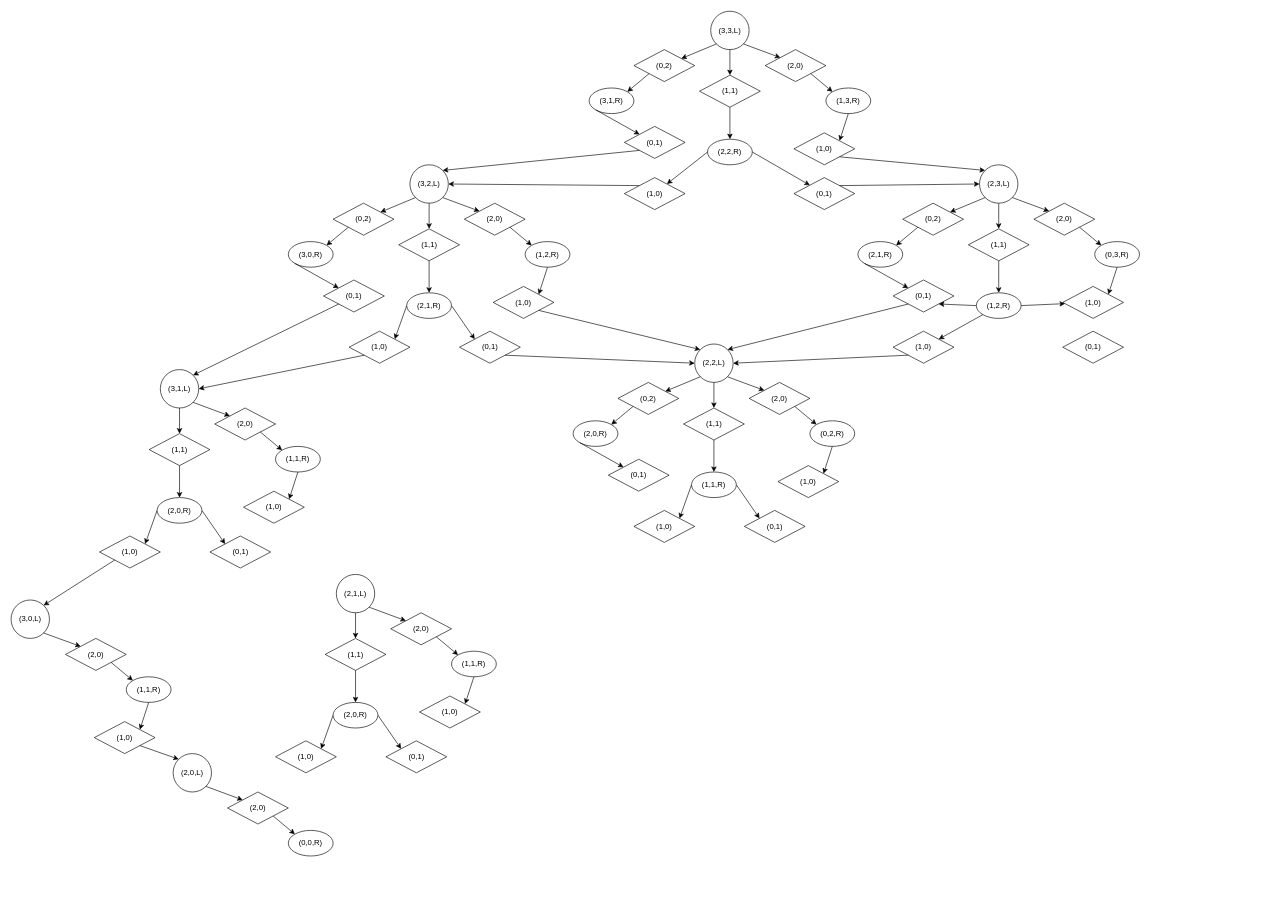
Above: Assignment 1.drawio in Vhuynh25/C-Homework (draw.io), before the change. Source tidied: cells renumbered, new cells numbered last; positions are measured from the earlier drawing's top-left corner, leaving out a move shared by most shapes. Both pictures are drawn from the tidied source at 64%, with x=0, y=0 at pixel (11, 11).
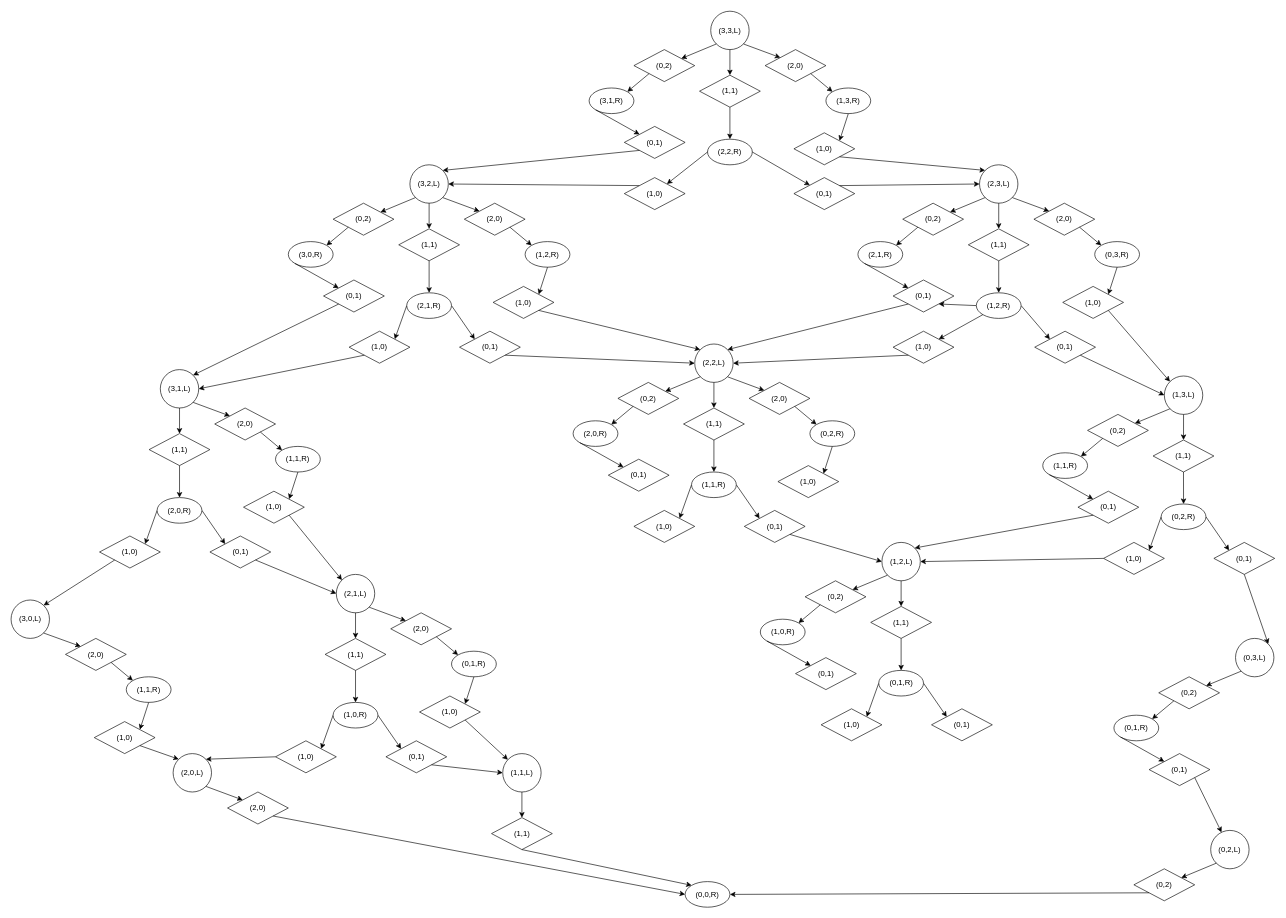
After the change.

Unchanged cells that the change refers to:
```xml
<mxCell id="57" value="(1,0)" style="rhombus;whiteSpace=wrap;html=1;" parent="1" vertex="1">
  <mxGeometry x="1643" y="430" width="95" height="50" as="geometry" />
</mxCell>
<mxCell id="89" value="(0,1)" style="rhombus;whiteSpace=wrap;html=1;" parent="1" vertex="1">
  <mxGeometry x="1145.5" y="780" width="95" height="50" as="geometry" />
</mxCell>
<mxCell id="104" value="(1,0)" style="rhombus;whiteSpace=wrap;html=1;" parent="1" vertex="1">
  <mxGeometry x="363" y="750" width="95" height="50" as="geometry" />
</mxCell>
<mxCell id="108" value="(0,1)" style="rhombus;whiteSpace=wrap;html=1;" parent="1" vertex="1">
  <mxGeometry x="310.5" y="820" width="95" height="50" as="geometry" />
</mxCell>
<mxCell id="120" value="(2,0,L)" style="ellipse;whiteSpace=wrap;html=1;" parent="1" vertex="1">
  <mxGeometry x="253" y="1160" width="60" height="60" as="geometry" />
</mxCell>
<mxCell id="122" value="(2,0)" style="rhombus;whiteSpace=wrap;html=1;" parent="1" vertex="1">
  <mxGeometry x="338" y="1220" width="95" height="50" as="geometry" />
</mxCell>
<mxCell id="126" value="(2,1,L)" style="ellipse;whiteSpace=wrap;html=1;" parent="1" vertex="1">
  <mxGeometry x="508" y="880" width="60" height="60" as="geometry" />
</mxCell>
<mxCell id="135" value="(1,0)" style="rhombus;whiteSpace=wrap;html=1;" parent="1" vertex="1">
  <mxGeometry x="638" y="1070" width="95" height="50" as="geometry" />
</mxCell>
<mxCell id="139" value="(0,1)" style="rhombus;whiteSpace=wrap;html=1;" parent="1" vertex="1">
  <mxGeometry x="585.5" y="1140" width="95" height="50" as="geometry" />
</mxCell>
<mxCell id="140" value="(1,0)" style="rhombus;whiteSpace=wrap;html=1;" parent="1" vertex="1">
  <mxGeometry x="413" y="1140" width="95" height="50" as="geometry" />
</mxCell>
```

What changed in the source:
```diff
@@
-    <mxCell id="58" style="endArrow=classic;html=1;exitX=1;exitY=0.5;exitDx=0;exitDy=0;" parent="1" edge="1" target="57">
+    <mxCell id="58" style="endArrow=classic;html=1;exitX=1;exitY=0.5;exitDx=0;exitDy=0;entryX=0;entryY=0;entryDx=0;entryDy=0;" parent="1" edge="1" target="68">
       <mxGeometry relative="1" as="geometry">
         <mxPoint x="1578" y="460" as="sourcePoint" />
       </mxGeometry>
     </mxCell>
@@
     <mxCell id="68" value="(0,1)" style="rhombus;whiteSpace=wrap;html=1;" parent="1" vertex="1">
-      <mxGeometry x="1643" y="500" width="95" height="50" as="geometry" />
+      <mxGeometry x="1599.2" y="500" width="95" height="50" as="geometry" />
     </mxCell>
@@
-    <mxCell id="121" value="(0,0,R)" style="ellipse;whiteSpace=wrap;html=1;" parent="1" vertex="1">
-      <mxGeometry x="433" y="1280" width="70" height="40" as="geometry" />
-    </mxCell>
@@
-    <mxCell id="124" style="endArrow=classic;html=1;exitX=1;exitY=1;exitDx=0;exitDy=0;entryX=0;entryY=0;entryDx=0;entryDy=0;" parent="1" edge="1" source="122" target="121">
+    <mxCell id="124" style="endArrow=classic;html=1;exitX=1;exitY=1;exitDx=0;exitDy=0;entryX=0;entryY=0.5;entryDx=0;entryDy=0;" parent="1" edge="1" source="122" target="121">
       <mxGeometry relative="1" as="geometry" />
     </mxCell>
@@
-    <mxCell id="127" value="(1,1,R)" style="ellipse;whiteSpace=wrap;html=1;" parent="1" vertex="1">
+    <mxCell id="127" value="(0,1,R)" style="ellipse;whiteSpace=wrap;html=1;" parent="1" vertex="1">
       <mxGeometry x="688" y="1000" width="70" height="40" as="geometry" />
     </mxCell>
@@
-    <mxCell id="138" value="(2,0,R)" style="ellipse;whiteSpace=wrap;html=1;" parent="1" vertex="1">
+    <mxCell id="138" value="(1,0,R)" style="ellipse;whiteSpace=wrap;html=1;" parent="1" vertex="1">
       <mxGeometry x="503" y="1080" width="70" height="40" as="geometry" />
     </mxCell>
@@
+    <mxCell id="141" style="endArrow=classic;html=1;exitX=0;exitY=0.5;exitDx=0;exitDy=0;entryX=1;entryY=0;entryDx=0;entryDy=0;" parent="1" edge="1" source="140" target="120">
+      <mxGeometry relative="1" as="geometry" />
+    </mxCell>
+    <mxCell id="142" value="(1,1,L)" style="ellipse;whiteSpace=wrap;html=1;" parent="1" vertex="1">
+      <mxGeometry x="768" y="1160" width="60" height="60" as="geometry" />
+    </mxCell>
+    <mxCell id="143" value="(1,1)" style="rhombus;whiteSpace=wrap;html=1;" parent="1" vertex="1">
+      <mxGeometry x="750.5" y="1260" width="95" height="50" as="geometry" />
+    </mxCell>
+    <mxCell id="144" style="endArrow=classic;html=1;exitX=0.5;exitY=1;exitDx=0;exitDy=0;" parent="1" edge="1" source="142" target="143">
+      <mxGeometry relative="1" as="geometry" />
+    </mxCell>
+    <mxCell id="145" style="endArrow=classic;html=1;exitX=0.5;exitY=1;exitDx=0;exitDy=0;entryX=0;entryY=0;entryDx=0;entryDy=0;" parent="1" edge="1" source="143" target="121">
+      <mxGeometry relative="1" as="geometry" />
+    </mxCell>
+    <mxCell id="121" value="(0,0,R)" style="ellipse;whiteSpace=wrap;html=1;" parent="1" vertex="1">
+      <mxGeometry x="1053" y="1360" width="70" height="40" as="geometry" />
+    </mxCell>
+    <mxCell id="146" style="endArrow=classic;html=1;exitX=1;exitY=1;exitDx=0;exitDy=0;entryX=0;entryY=0.5;entryDx=0;entryDy=0;" parent="1" edge="1" source="139" target="142">
+      <mxGeometry relative="1" as="geometry" />
+    </mxCell>
+    <mxCell id="147" style="endArrow=classic;html=1;exitX=1;exitY=1;exitDx=0;exitDy=0;" parent="1" edge="1" source="135" target="142">
+      <mxGeometry relative="1" as="geometry" />
+    </mxCell>
+    <mxCell id="148" style="endArrow=classic;html=1;exitX=1;exitY=1;exitDx=0;exitDy=0;entryX=0;entryY=0.5;entryDx=0;entryDy=0;" parent="1" edge="1" source="108" target="126">
+      <mxGeometry relative="1" as="geometry" />
+    </mxCell>
+    <mxCell id="149" style="endArrow=classic;html=1;exitX=1;exitY=1;exitDx=0;exitDy=0;entryX=0;entryY=0;entryDx=0;entryDy=0;" parent="1" edge="1" source="104" target="126">
+      <mxGeometry relative="1" as="geometry" />
+    </mxCell>
+    <mxCell id="150" value="(1,3,L)" style="ellipse;whiteSpace=wrap;html=1;" parent="1" vertex="1">
+      <mxGeometry x="1801.8" y="570" width="60" height="60" as="geometry" />
+    </mxCell>
+    <mxCell id="151" value="(1,1,R)" style="ellipse;whiteSpace=wrap;html=1;" parent="1" vertex="1">
+      <mxGeometry x="1611.8" y="690" width="70" height="40" as="geometry" />
+    </mxCell>
+    <mxCell id="152" value="(1,1)" style="rhombus;whiteSpace=wrap;html=1;" parent="1" vertex="1">
+      <mxGeometry x="1784.2" y="670" width="95" height="50" as="geometry" />
+    </mxCell>
+    <mxCell id="153" value="(0,2)" style="rhombus;whiteSpace=wrap;html=1;" parent="1" vertex="1">
+      <mxGeometry x="1681.8" y="630" width="95" height="50" as="geometry" />
+    </mxCell>
+    <mxCell id="154" style="endArrow=classic;html=1;exitX=0;exitY=1;exitDx=0;exitDy=0;" parent="1" edge="1" source="150" target="153">
+      <mxGeometry relative="1" as="geometry" />
+    </mxCell>
+    <mxCell id="155" style="endArrow=classic;html=1;exitX=0;exitY=1;exitDx=0;exitDy=0;entryX=1;entryY=0;entryDx=0;entryDy=0;" parent="1" edge="1" source="153">
+      <mxGeometry relative="1" as="geometry">
+        <mxPoint x="1671.5" y="695.9" as="targetPoint" />
+      </mxGeometry>
+    </mxCell>
+    <mxCell id="156" style="endArrow=classic;html=1;exitX=0.5;exitY=1;exitDx=0;exitDy=0;" parent="1" edge="1" source="150" target="152">
+      <mxGeometry relative="1" as="geometry" />
+    </mxCell>
+    <mxCell id="157" style="endArrow=classic;html=1;exitX=0.5;exitY=1;exitDx=0;exitDy=0;entryX=0.5;entryY=0;entryDx=0;entryDy=0;" parent="1" edge="1" source="152">
+      <mxGeometry relative="1" as="geometry">
+        <mxPoint x="1831.8" y="770" as="targetPoint" />
+      </mxGeometry>
+    </mxCell>
+    <mxCell id="158" value="(0,1)" style="rhombus;whiteSpace=wrap;html=1;" parent="1" vertex="1">
+      <mxGeometry x="1666.8" y="750" width="95" height="50" as="geometry" />
+    </mxCell>
+    <mxCell id="159" style="endArrow=classic;html=1;exitX=0;exitY=1;exitDx=0;exitDy=0;entryX=0;entryY=0;entryDx=0;entryDy=0;" parent="1" edge="1" target="158">
+      <mxGeometry relative="1" as="geometry">
+        <mxPoint x="1622" y="724.1" as="sourcePoint" />
+      </mxGeometry>
+    </mxCell>
+    <mxCell id="160" style="endArrow=classic;html=1;exitX=0;exitY=0.5;exitDx=0;exitDy=0;entryX=1;entryY=0;entryDx=0;entryDy=0;" parent="1" edge="1" target="164">
+      <mxGeometry relative="1" as="geometry">
+        <mxPoint x="1796.8" y="790" as="sourcePoint" />
+      </mxGeometry>
+    </mxCell>
+    <mxCell id="161" style="endArrow=classic;html=1;exitX=1;exitY=0.5;exitDx=0;exitDy=0;entryX=0;entryY=0;entryDx=0;entryDy=0;" parent="1" edge="1" target="163">
+      <mxGeometry relative="1" as="geometry">
+        <mxPoint x="1866.8" y="790" as="sourcePoint" />
+      </mxGeometry>
+    </mxCell>
+    <mxCell id="162" value="(0,2,R)" style="ellipse;whiteSpace=wrap;html=1;" parent="1" vertex="1">
+      <mxGeometry x="1796.8" y="770" width="70" height="40" as="geometry" />
+    </mxCell>
+    <mxCell id="163" value="(0,1)" style="rhombus;whiteSpace=wrap;html=1;" parent="1" vertex="1">
+      <mxGeometry x="1879.2" y="830" width="95" height="50" as="geometry" />
+    </mxCell>
+    <mxCell id="164" value="(1,0)" style="rhombus;whiteSpace=wrap;html=1;" parent="1" vertex="1">
+      <mxGeometry x="1706.8" y="830" width="95" height="50" as="geometry" />
+    </mxCell>
+    <mxCell id="165" style="endArrow=classic;html=1;exitX=1;exitY=1;exitDx=0;exitDy=0;entryX=0;entryY=0;entryDx=0;entryDy=0;" parent="1" edge="1" source="57" target="150">
+      <mxGeometry relative="1" as="geometry" />
+    </mxCell>
+    <mxCell id="166" style="endArrow=classic;html=1;exitX=1;exitY=1;exitDx=0;exitDy=0;entryX=0;entryY=0.5;entryDx=0;entryDy=0;" parent="1" edge="1" source="68" target="150">
+      <mxGeometry relative="1" as="geometry" />
+    </mxCell>
+    <mxCell id="167" value="(0,3,L)" style="ellipse;whiteSpace=wrap;html=1;" parent="1" vertex="1">
+      <mxGeometry x="1913" y="980" width="60" height="60" as="geometry" />
+    </mxCell>
+    <mxCell id="168" value="(0,1,R)" style="ellipse;whiteSpace=wrap;html=1;" parent="1" vertex="1">
+      <mxGeometry x="1723" y="1100" width="70" height="40" as="geometry" />
+    </mxCell>
+    <mxCell id="169" value="(0,2)" style="rhombus;whiteSpace=wrap;html=1;" parent="1" vertex="1">
+      <mxGeometry x="1793" y="1040" width="95" height="50" as="geometry" />
+    </mxCell>
+    <mxCell id="170" style="endArrow=classic;html=1;exitX=0;exitY=1;exitDx=0;exitDy=0;" parent="1" edge="1" source="167" target="169">
+      <mxGeometry relative="1" as="geometry" />
+    </mxCell>
+    <mxCell id="171" style="endArrow=classic;html=1;exitX=0;exitY=1;exitDx=0;exitDy=0;entryX=1;entryY=0;entryDx=0;entryDy=0;" parent="1" edge="1" source="169">
+      <mxGeometry relative="1" as="geometry">
+        <mxPoint x="1782.7" y="1105.9" as="targetPoint" />
+      </mxGeometry>
+    </mxCell>
+    <mxCell id="172" value="(0,1)" style="rhombus;whiteSpace=wrap;html=1;" parent="1" vertex="1">
+      <mxGeometry x="1778" y="1160" width="95" height="50" as="geometry" />
+    </mxCell>
+    <mxCell id="173" style="endArrow=classic;html=1;exitX=0;exitY=1;exitDx=0;exitDy=0;entryX=0;entryY=0;entryDx=0;entryDy=0;" parent="1" edge="1" target="172">
+      <mxGeometry relative="1" as="geometry">
+        <mxPoint x="1733.3" y="1134.1" as="sourcePoint" />
+      </mxGeometry>
+    </mxCell>
+    <mxCell id="174" style="endArrow=classic;html=1;exitX=0.5;exitY=1;exitDx=0;exitDy=0;entryX=1;entryY=0;entryDx=0;entryDy=0;" parent="1" edge="1" source="163" target="167">
+      <mxGeometry relative="1" as="geometry" />
+    </mxCell>
+    <mxCell id="175" value="(0,2,L)" style="ellipse;whiteSpace=wrap;html=1;" parent="1" vertex="1">
+      <mxGeometry x="1874.2" y="1280" width="60" height="60" as="geometry" />
+    </mxCell>
+    <mxCell id="176" value="(0,2)" style="rhombus;whiteSpace=wrap;html=1;" parent="1" vertex="1">
+      <mxGeometry x="1754.2" y="1340" width="95" height="50" as="geometry" />
+    </mxCell>
+    <mxCell id="177" style="endArrow=classic;html=1;exitX=0;exitY=1;exitDx=0;exitDy=0;" parent="1" edge="1" source="175" target="176">
+      <mxGeometry relative="1" as="geometry" />
+    </mxCell>
+    <mxCell id="178" style="endArrow=classic;html=1;exitX=0;exitY=1;exitDx=0;exitDy=0;entryX=1;entryY=0.5;entryDx=0;entryDy=0;" parent="1" edge="1" source="176" target="121">
+      <mxGeometry relative="1" as="geometry" />
+    </mxCell>
+    <mxCell id="179" style="endArrow=classic;html=1;exitX=1;exitY=1;exitDx=0;exitDy=0;" parent="1" edge="1" source="172" target="175">
+      <mxGeometry relative="1" as="geometry" />
+    </mxCell>
+    <mxCell id="180" value="(1,2,L)" style="ellipse;whiteSpace=wrap;html=1;" parent="1" vertex="1">
+      <mxGeometry x="1360.5" y="830" width="60" height="60" as="geometry" />
+    </mxCell>
+    <mxCell id="181" value="(1,0,R)" style="ellipse;whiteSpace=wrap;html=1;" parent="1" vertex="1">
+      <mxGeometry x="1170.5" y="950" width="70" height="40" as="geometry" />
+    </mxCell>
+    <mxCell id="182" value="(1,1)" style="rhombus;whiteSpace=wrap;html=1;" parent="1" vertex="1">
+      <mxGeometry x="1343" y="930" width="95" height="50" as="geometry" />
+    </mxCell>
+    <mxCell id="183" value="(0,2)" style="rhombus;whiteSpace=wrap;html=1;" parent="1" vertex="1">
+      <mxGeometry x="1240.5" y="890" width="95" height="50" as="geometry" />
+    </mxCell>
+    <mxCell id="184" style="endArrow=classic;html=1;exitX=0;exitY=1;exitDx=0;exitDy=0;" parent="1" edge="1" source="180" target="183">
+      <mxGeometry relative="1" as="geometry" />
+    </mxCell>
+    <mxCell id="185" style="endArrow=classic;html=1;exitX=0;exitY=1;exitDx=0;exitDy=0;entryX=1;entryY=0;entryDx=0;entryDy=0;" parent="1" edge="1" source="183">
+      <mxGeometry relative="1" as="geometry">
+        <mxPoint x="1230.2" y="955.9" as="targetPoint" />
+      </mxGeometry>
+    </mxCell>
+    <mxCell id="186" style="endArrow=classic;html=1;exitX=0.5;exitY=1;exitDx=0;exitDy=0;" parent="1" edge="1" source="180" target="182">
+      <mxGeometry relative="1" as="geometry" />
+    </mxCell>
+    <mxCell id="187" style="endArrow=classic;html=1;exitX=0.5;exitY=1;exitDx=0;exitDy=0;entryX=0.5;entryY=0;entryDx=0;entryDy=0;" parent="1" edge="1" source="182">
+      <mxGeometry relative="1" as="geometry">
+        <mxPoint x="1390.5" y="1030" as="targetPoint" />
+      </mxGeometry>
+    </mxCell>
+    <mxCell id="188" value="(0,1)" style="rhombus;whiteSpace=wrap;html=1;" parent="1" vertex="1">
+      <mxGeometry x="1225.5" y="1010" width="95" height="50" as="geometry" />
+    </mxCell>
+    <mxCell id="189" style="endArrow=classic;html=1;exitX=0;exitY=1;exitDx=0;exitDy=0;entryX=0;entryY=0;entryDx=0;entryDy=0;" parent="1" edge="1" target="188">
+      <mxGeometry relative="1" as="geometry">
+        <mxPoint x="1180.8" y="984.1" as="sourcePoint" />
+      </mxGeometry>
+    </mxCell>
+    <mxCell id="190" style="endArrow=classic;html=1;exitX=0;exitY=0.5;exitDx=0;exitDy=0;entryX=1;entryY=0;entryDx=0;entryDy=0;" parent="1" edge="1" target="194">
+      <mxGeometry relative="1" as="geometry">
+        <mxPoint x="1355.5" y="1050" as="sourcePoint" />
+      </mxGeometry>
+    </mxCell>
+    <mxCell id="191" style="endArrow=classic;html=1;exitX=1;exitY=0.5;exitDx=0;exitDy=0;entryX=0;entryY=0;entryDx=0;entryDy=0;" parent="1" edge="1" target="193">
+      <mxGeometry relative="1" as="geometry">
+        <mxPoint x="1425.5" y="1050" as="sourcePoint" />
+      </mxGeometry>
+    </mxCell>
+    <mxCell id="192" value="(0,1,R)" style="ellipse;whiteSpace=wrap;html=1;" parent="1" vertex="1">
+      <mxGeometry x="1355.5" y="1030" width="70" height="40" as="geometry" />
+    </mxCell>
+    <mxCell id="193" value="(0,1)" style="rhombus;whiteSpace=wrap;html=1;" parent="1" vertex="1">
+      <mxGeometry x="1438" y="1090" width="95" height="50" as="geometry" />
+    </mxCell>
+    <mxCell id="194" value="(1,0)" style="rhombus;whiteSpace=wrap;html=1;" parent="1" vertex="1">
+      <mxGeometry x="1265.5" y="1090" width="95" height="50" as="geometry" />
+    </mxCell>
+    <mxCell id="195" style="endArrow=classic;html=1;exitX=1;exitY=1;exitDx=0;exitDy=0;entryX=0;entryY=0.5;entryDx=0;entryDy=0;" parent="1" edge="1" source="89" target="180">
+      <mxGeometry relative="1" as="geometry" />
+    </mxCell>
+    <mxCell id="196" style="endArrow=classic;html=1;exitX=0;exitY=1;exitDx=0;exitDy=0;entryX=1;entryY=0;entryDx=0;entryDy=0;" parent="1" edge="1" source="158" target="180">
+      <mxGeometry relative="1" as="geometry" />
+    </mxCell>
+    <mxCell id="197" style="endArrow=classic;html=1;exitX=0;exitY=0.5;exitDx=0;exitDy=0;entryX=1;entryY=0.5;entryDx=0;entryDy=0;" parent="1" edge="1" source="164" target="180">
+      <mxGeometry relative="1" as="geometry" />
+    </mxCell>
```
